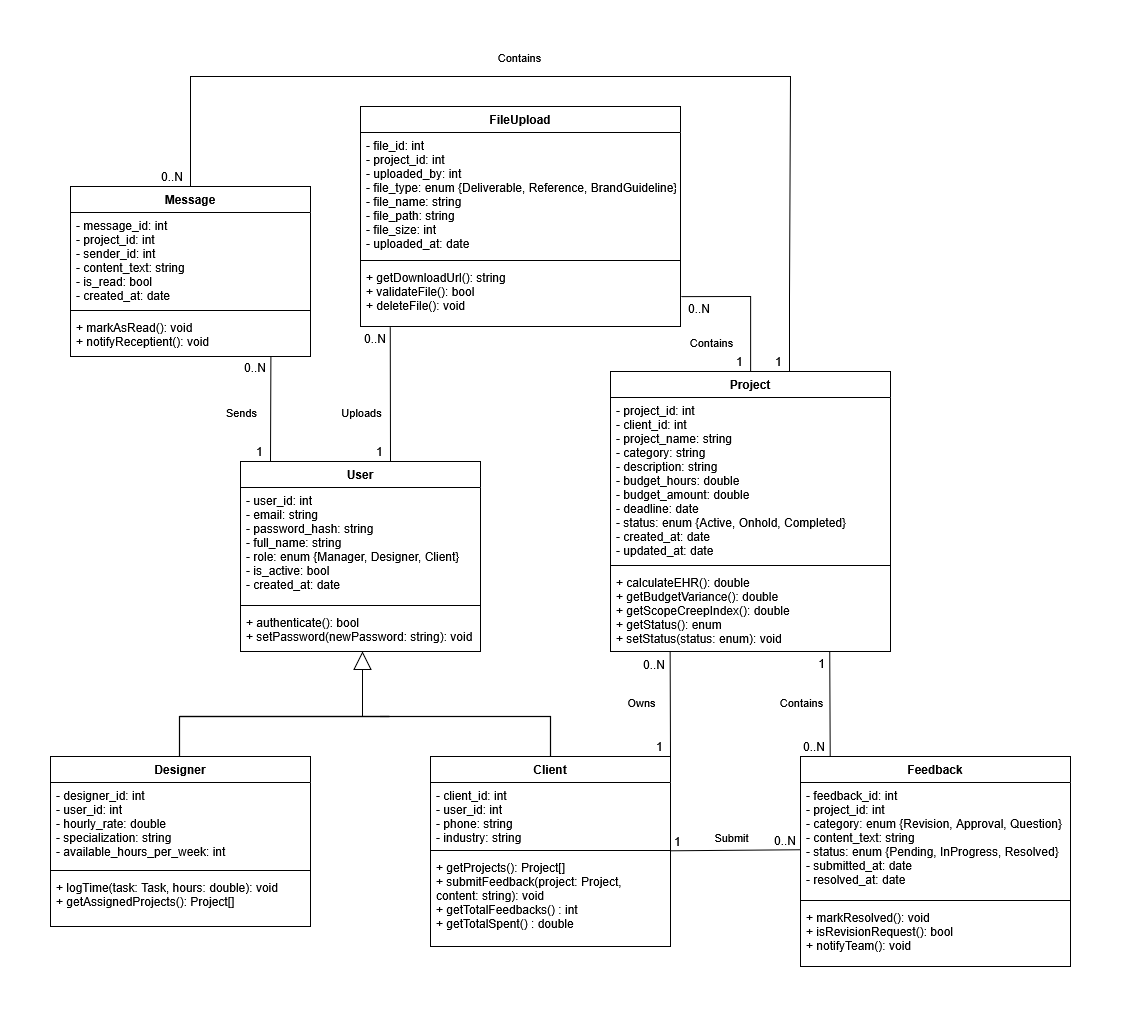
Earlier version of the draw.io export docs/diagrams/ClassSP4.drawio.png (mahdi000666/DesignFlow). Source tidied: cells renumbered, new cells last; positions are measured from the earlier drawing's top-left corner, leaving out a move shared by most shapes.
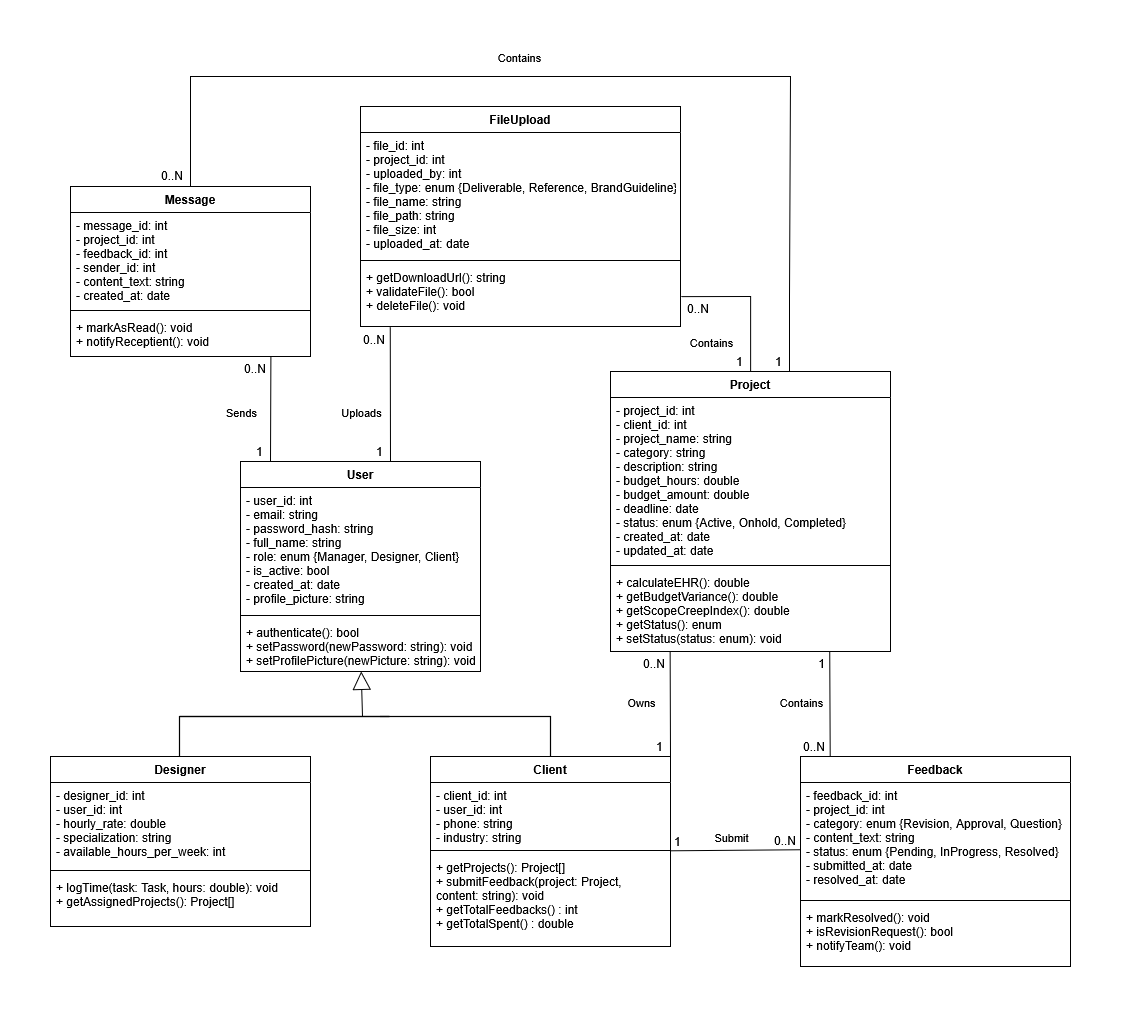
The same diagram one commit later.

Diff of the diagram source:
```diff
@@ -3,16 +3,16 @@
     <mxCell id="0" />
     <mxCell id="1" parent="0" />
     <mxCell id="2" value="User" style="swimlane;fontStyle=1;align=center;verticalAlign=top;horizontal=1;startSize=26;swimlaneFillColor=default;" parent="1" vertex="1">
-      <mxGeometry x="190" y="411" width="240" height="190" as="geometry" />
+      <mxGeometry x="190" y="411" width="240" height="210" as="geometry" />
     </mxCell>
-    <mxCell id="3" value="- user_id: int&#10;- email: string&#10;- password_hash: string&#10;- full_name: string&#10;- role: enum {Manager, Designer, Client}&#10;- is_active: bool&#10;- created_at: date" style="text;strokeColor=none;fillColor=none;align=left;verticalAlign=top;spacingLeft=4;spacingRight=4;overflow=hidden;" parent="2" vertex="1">
-      <mxGeometry y="26" width="240" height="114" as="geometry" />
+    <mxCell id="3" value="- user_id: int&#10;- email: string&#10;- password_hash: string&#10;- full_name: string&#10;- role: enum {Manager, Designer, Client}&#10;- is_active: bool&#10;- created_at: date&#10;- profile_picture: string" style="text;strokeColor=none;fillColor=none;align=left;verticalAlign=top;spacingLeft=4;spacingRight=4;overflow=hidden;" parent="2" vertex="1">
+      <mxGeometry y="26" width="240" height="124" as="geometry" />
     </mxCell>
     <mxCell id="4" style="line;strokeWidth=1;fillColor=none;align=left;verticalAlign=middle;spacingTop=-1;spacingLeft=3;spacingRight=3;labelPosition=right;" parent="2" vertex="1">
-      <mxGeometry y="140" width="240" height="8" as="geometry" />
+      <mxGeometry y="150" width="240" height="8" as="geometry" />
     </mxCell>
-    <mxCell id="5" value="+ authenticate(): bool&#10;+ setPassword(newPassword: string): void" style="text;strokeColor=none;fillColor=none;align=left;verticalAlign=top;spacingLeft=4;spacingRight=4;overflow=hidden;points=[[0,0.5],[1,0.5]];portConstraint=eastwest;" parent="2" vertex="1">
-      <mxGeometry y="148" width="240" height="42" as="geometry" />
+    <mxCell id="5" value="+ authenticate(): bool&#10;+ setPassword(newPassword: string): void&#10;+ setProfilePicture(newPicture: string): void" style="text;strokeColor=none;fillColor=none;align=left;verticalAlign=top;spacingLeft=4;spacingRight=4;overflow=hidden;points=[[0,0.5],[1,0.5]];portConstraint=eastwest;" parent="2" vertex="1">
+      <mxGeometry y="158" width="240" height="52" as="geometry" />
     </mxCell>
     <mxCell id="6" value="Designer" style="swimlane;fontStyle=1;align=center;verticalAlign=top;horizontal=1;startSize=26;swimlaneFillColor=default;" parent="1" vertex="1">
       <mxGeometry y="706" width="260" height="170" as="geometry" />
@@ -56,10 +56,9 @@
         </Array>
       </mxGeometry>
     </mxCell>
-    <mxCell id="16" style="endArrow=block;endSize=16;endFill=0;html=1;rounded=0;entryX=0.425;entryY=0.881;entryDx=0;entryDy=0;entryPerimeter=0;labelBorderColor=#CC99FF;fontColor=default;labelBackgroundColor=default;strokeColor=default;" parent="1" edge="1">
+    <mxCell id="16" style="endArrow=block;endSize=16;endFill=0;html=1;rounded=0;labelBorderColor=#CC99FF;fontColor=default;labelBackgroundColor=default;strokeColor=default;" parent="1" edge="1" target="5">
       <mxGeometry x="-1" y="136" relative="1" as="geometry">
         <mxPoint x="312" y="666" as="sourcePoint" />
-        <mxPoint x="312" y="601" as="targetPoint" />
         <mxPoint x="-110" y="56" as="offset" />
       </mxGeometry>
     </mxCell>
@@ -90,7 +89,7 @@
     <mxCell id="25" value="Message" style="swimlane;fontStyle=1;align=center;verticalAlign=top;horizontal=1;startSize=26;swimlaneFillColor=default;" parent="1" vertex="1">
       <mxGeometry x="20" y="136" width="240" height="170" as="geometry" />
     </mxCell>
-    <mxCell id="26" value="- message_id: int&#10;- project_id: int&#10;- sender_id: int&#10;- content_text: string&#10;- is_read: bool&#10;- created_at: date" style="text;strokeColor=none;fillColor=none;align=left;verticalAlign=top;spacingLeft=4;spacingRight=4;overflow=hidden;" parent="25" vertex="1">
+    <mxCell id="26" value="- message_id: int&#10;- project_id: int&#10;- feedback_id: int&#10;- sender_id: int&#10;- content_text: string&#10;- created_at: date" style="text;strokeColor=none;fillColor=none;align=left;verticalAlign=top;spacingLeft=4;spacingRight=4;overflow=hidden;" parent="25" vertex="1">
       <mxGeometry y="26" width="240" height="94" as="geometry" />
     </mxCell>
     <mxCell id="27" style="line;strokeWidth=1;fillColor=none;align=left;verticalAlign=middle;spacingTop=-1;spacingLeft=3;spacingRight=3;labelPosition=right;" parent="25" vertex="1">
```
